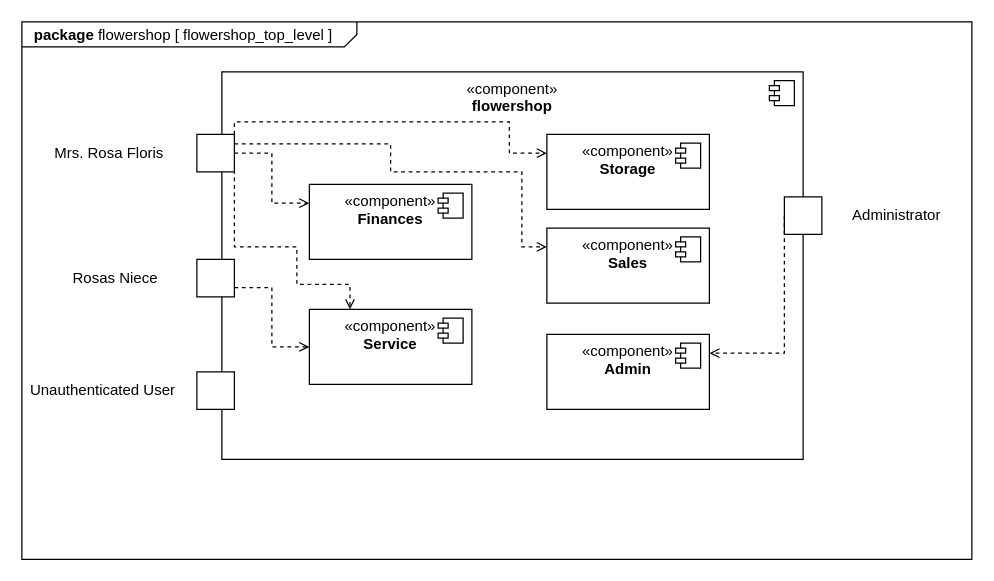
Above: src/main/asciidoc/models/analysis/topleveldiagram.drawio in mrEkso/Flower-Shop-Management-System (draw.io), before the change. Source tidied: cells renumbered, new cells numbered last; positions are measured from the earlier drawing's top-left corner, leaving out a move shared by most shapes. Both pictures are drawn from the tidied source at 125%, with x=0, y=0 at pixel (21, 21).
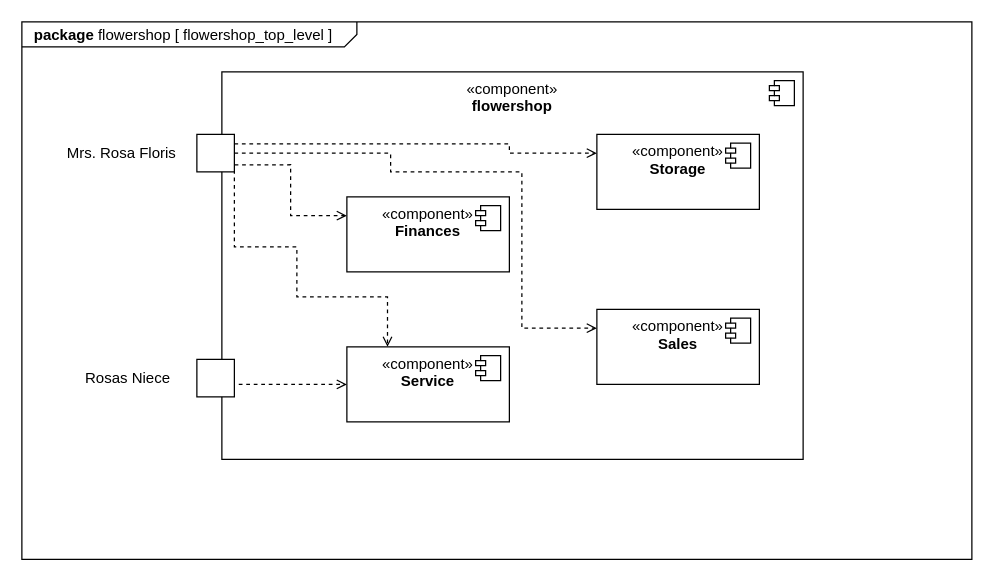
The same page after the edit.

The change refers to these unchanged cells:
```xml
<mxCell id="9" style="whiteSpace=wrap;html=1;" parent="1" vertex="1">
  <mxGeometry x="140" y="90" width="30" height="30" as="geometry" />
</mxCell>
```

Change to the diagram source:
```diff
@@
-    <mxCell id="5" style="edgeStyle=orthogonalEdgeStyle;rounded=0;jettySize=auto;html=1;exitX=1;exitY=0;exitDx=0;exitDy=0;entryX=0;entryY=0.25;entryDx=0;entryDy=0;dashed=1;endArrow=open;endFill=0;" parent="1" edge="1" source="9" target="19">
+    <mxCell id="5" style="edgeStyle=orthogonalEdgeStyle;rounded=0;jettySize=auto;html=1;exitX=1;exitY=0.25;exitDx=0;exitDy=0;entryX=0;entryY=0.25;entryDx=0;entryDy=0;dashed=1;endArrow=open;endFill=0;" parent="1" edge="1" source="9" target="19">
       <mxGeometry relative="1" as="geometry">
         <Array as="points">
-          <mxPoint x="170" y="80" />
-          <mxPoint x="390" y="80" />
+          <mxPoint x="390" y="97" />
           <mxPoint x="390" y="105" />
         </Array>
       </mxGeometry>
     </mxCell>
-    <mxCell id="6" style="edgeStyle=orthogonalEdgeStyle;rounded=0;jettySize=auto;html=1;exitX=1;exitY=0.5;exitDx=0;exitDy=0;entryX=0;entryY=0.25;entryDx=0;entryDy=0;dashed=1;endArrow=open;endFill=0;" parent="1" edge="1" source="9" target="17">
+    <mxCell id="6" style="edgeStyle=orthogonalEdgeStyle;rounded=0;jettySize=auto;html=1;exitX=1.006;exitY=0.811;exitDx=0;exitDy=0;entryX=0;entryY=0.25;entryDx=0;entryDy=0;dashed=1;endArrow=open;endFill=0;exitPerimeter=0;" parent="1" edge="1" source="9" target="17">
       <mxGeometry relative="1" as="geometry" />
     </mxCell>
-    <mxCell id="7" style="edgeStyle=orthogonalEdgeStyle;rounded=0;jettySize=auto;html=1;exitX=1;exitY=0.25;exitDx=0;exitDy=0;entryX=0;entryY=0.25;entryDx=0;entryDy=0;dashed=1;endArrow=open;endFill=0;" parent="1" edge="1" source="9" target="23">
+    <mxCell id="7" style="edgeStyle=orthogonalEdgeStyle;rounded=0;jettySize=auto;html=1;exitX=1;exitY=0.5;exitDx=0;exitDy=0;entryX=0;entryY=0.25;entryDx=0;entryDy=0;dashed=1;endArrow=open;endFill=0;" parent="1" edge="1" source="9" target="23">
       <mxGeometry relative="1" as="geometry">
         <Array as="points">
-          <mxPoint x="295" y="98" />
+          <mxPoint x="295" y="105" />
           <mxPoint x="295" y="120" />
           <mxPoint x="400" y="120" />
-          <mxPoint x="400" y="180" />
+          <mxPoint x="400" y="245" />
         </Array>
       </mxGeometry>
     </mxCell>
     <mxCell id="8" style="edgeStyle=orthogonalEdgeStyle;rounded=0;jettySize=auto;html=1;exitX=1;exitY=0.75;exitDx=0;exitDy=0;entryX=0.25;entryY=0;entryDx=0;entryDy=0;dashed=1;endArrow=open;endFill=0;" parent="1" edge="1" source="9" target="21">
       <mxGeometry relative="1" as="geometry">
         <Array as="points">
           <mxPoint x="170" y="180" />
           <mxPoint x="220" y="180" />
-          <mxPoint x="220" y="210" />
-          <mxPoint x="263" y="210" />
+          <mxPoint x="220" y="220" />
+          <mxPoint x="292" y="220" />
         </Array>
       </mxGeometry>
     </mxCell>
@@
     <mxCell id="10" value="Mrs. Rosa Floris" style="text;html=1;align=center;verticalAlign=middle;whiteSpace=wrap;rounded=0;" parent="1" vertex="1">
-      <mxGeometry x="10" y="90" width="120" height="30" as="geometry" />
+      <mxGeometry x="20" y="90" width="120" height="30" as="geometry" />
     </mxCell>
     <mxCell id="11" style="edgeStyle=orthogonalEdgeStyle;rounded=0;jettySize=auto;html=1;exitX=1;exitY=0.75;exitDx=0;exitDy=0;entryX=0;entryY=0.5;entryDx=0;entryDy=0;dashed=1;endArrow=open;endFill=0;" parent="1" edge="1" source="12" target="21">
-      <mxGeometry relative="1" as="geometry" />
+      <mxGeometry relative="1" as="geometry">
+        <Array as="points">
+          <mxPoint x="170" y="290" />
+        </Array>
+      </mxGeometry>
     </mxCell>
     <mxCell id="12" style="whiteSpace=wrap;html=1;" parent="1" vertex="1">
-      <mxGeometry x="140" y="190" width="30" height="30" as="geometry" />
+      <mxGeometry x="140" y="270" width="30" height="30" as="geometry" />
     </mxCell>
     <mxCell id="13" value="Rosas Niece" style="text;html=1;align=center;verticalAlign=middle;whiteSpace=wrap;rounded=0;" parent="1" vertex="1">
-      <mxGeometry x="20" y="190" width="110" height="30" as="geometry" />
+      <mxGeometry x="30" y="270" width="110" height="30" as="geometry" />
     </mxCell>
-    <mxCell id="14" style="edgeStyle=orthogonalEdgeStyle;rounded=0;jettySize=auto;html=1;exitX=0;exitY=0.5;exitDx=0;exitDy=0;entryX=1;entryY=0.25;entryDx=0;entryDy=0;dashed=1;endArrow=open;endFill=0;" parent="1" edge="1" source="15" target="25">
-      <mxGeometry relative="1" as="geometry">
-        <Array as="points">
-          <mxPoint x="610" y="265" />
-        </Array>
-      </mxGeometry>
-    </mxCell>
-    <mxCell id="15" style="whiteSpace=wrap;html=1;" parent="1" vertex="1">
-      <mxGeometry x="610" y="140" width="30" height="30" as="geometry" />
-    </mxCell>
-    <mxCell id="16" value="Administrator" style="text;html=1;align=center;verticalAlign=middle;whiteSpace=wrap;rounded=0;" parent="1" vertex="1">
-      <mxGeometry x="640" y="140" width="120" height="30" as="geometry" />
-    </mxCell>
     <mxCell id="17" value="«component»&lt;br&gt;&lt;b&gt;Finances&lt;/b&gt;" style="html=1;whiteSpace=wrap;verticalAlign=top;" parent="1" vertex="1">
-      <mxGeometry x="230" y="130" width="130" height="60" as="geometry" />
+      <mxGeometry x="260" y="140" width="130" height="60" as="geometry" />
     </mxCell>
@@
     <mxCell id="19" value="«component»&lt;br&gt;&lt;b&gt;Storage&lt;/b&gt;" style="html=1;whiteSpace=wrap;verticalAlign=top;" parent="1" vertex="1">
-      <mxGeometry x="420" y="90" width="130" height="60" as="geometry" />
+      <mxGeometry x="460" y="90" width="130" height="60" as="geometry" />
     </mxCell>
@@
     <mxCell id="21" value="«component»&lt;br&gt;&lt;b&gt;Service&lt;/b&gt;" style="html=1;whiteSpace=wrap;verticalAlign=top;" parent="1" vertex="1">
-      <mxGeometry x="230" y="230" width="130" height="60" as="geometry" />
+      <mxGeometry x="260" y="260" width="130" height="60" as="geometry" />
     </mxCell>
@@
     <mxCell id="23" value="«component»&lt;br&gt;&lt;b&gt;Sales&lt;/b&gt;" style="html=1;whiteSpace=wrap;verticalAlign=top;" parent="1" vertex="1">
-      <mxGeometry x="420" y="165" width="130" height="60" as="geometry" />
+      <mxGeometry x="460" y="230" width="130" height="60" as="geometry" />
     </mxCell>
@@
-    <mxCell id="25" value="«component»&lt;br&gt;&lt;b&gt;Admin&lt;/b&gt;" style="html=1;whiteSpace=wrap;verticalAlign=top;" parent="1" vertex="1">
-      <mxGeometry x="420" y="250" width="130" height="60" as="geometry" />
-    </mxCell>
-    <mxCell id="26" style="shape=module;jettyWidth=8;jettyHeight=4;" parent="25" vertex="1">
-      <mxGeometry x="1" width="20" height="20" relative="1" as="geometry">
-        <mxPoint x="-27" y="7" as="offset" />
-      </mxGeometry>
-    </mxCell>
-    <mxCell id="27" style="whiteSpace=wrap;html=1;" parent="1" vertex="1">
-      <mxGeometry x="140" y="280" width="30" height="30" as="geometry" />
-    </mxCell>
-    <mxCell id="28" value="Unauthenticated User" style="text;html=1;align=center;verticalAlign=middle;whiteSpace=wrap;rounded=0;" parent="1" vertex="1">
-      <mxGeometry y="280" width="130" height="30" as="geometry" />
-    </mxCell>
```
